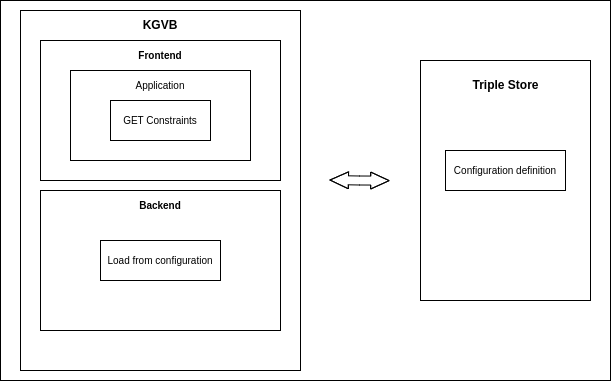
Razyapoo/KGBClusteringDocumentation keeps this draw.io diagram as img/architecture_diagram.png. Above is the earlier version. Source tidied: cells renumbered, new cells last; positions are measured from the earlier drawing's top-left corner, leaving out a move shared by most shapes.
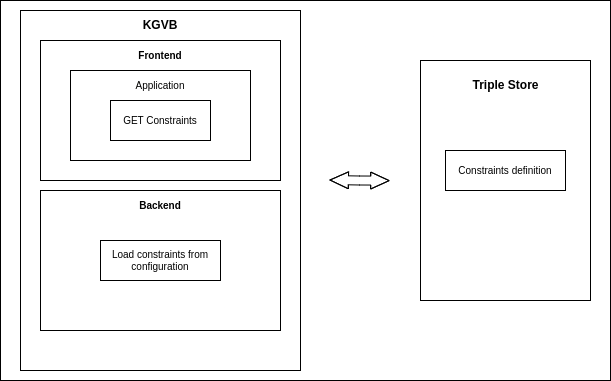
The same file after the commit.

Commit message:
diagram upd

Change to the diagram source:
```diff
@@ -44,13 +44,13 @@
     <mxCell id="13" value="GET Constraints" style="rounded=0;whiteSpace=wrap;html=1;fontSize=10;" parent="1" vertex="1">
       <mxGeometry x="110" y="100" width="100" height="40" as="geometry" />
     </mxCell>
-    <mxCell id="14" value="Load from configuration" style="rounded=0;whiteSpace=wrap;html=1;fontSize=10;" parent="1" vertex="1">
+    <mxCell id="14" value="Load constraints from configuration" style="rounded=0;whiteSpace=wrap;html=1;fontSize=10;" parent="1" vertex="1">
       <mxGeometry x="100" y="240" width="120" height="40" as="geometry" />
     </mxCell>
     <mxCell id="15" value="Triple Store" style="text;html=1;strokeColor=none;fillColor=none;align=center;verticalAlign=middle;whiteSpace=wrap;rounded=0;fontStyle=1;" parent="1" vertex="1">
       <mxGeometry x="462.5" y="70" width="85" height="30" as="geometry" />
     </mxCell>
-    <mxCell id="16" value="Configuration definition" style="rounded=0;whiteSpace=wrap;html=1;fontSize=10;" parent="1" vertex="1">
+    <mxCell id="16" value="Constraints definition" style="rounded=0;whiteSpace=wrap;html=1;fontSize=10;" parent="1" vertex="1">
       <mxGeometry x="445" y="150" width="120" height="40" as="geometry" />
     </mxCell>
   </root>
```
